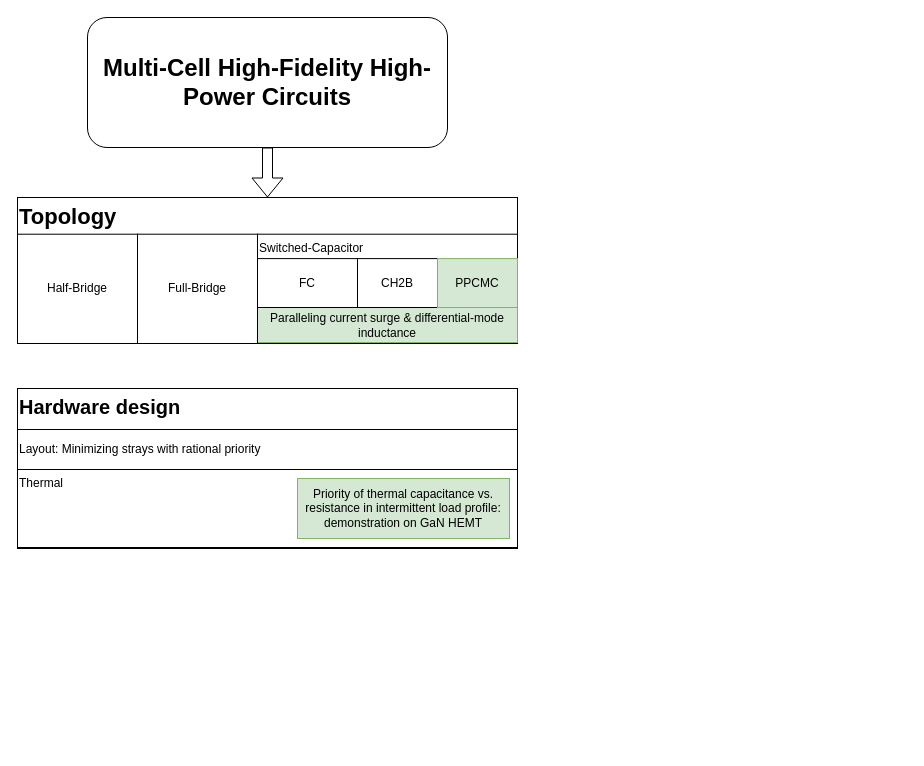
zhangjinshui-nerveee/drawing_schematics keeps this draw.io diagram as Untitled Diagram.drawio. Above is the earlier version. Source tidied: cells renumbered, new cells numbered last; positions are measured from the earlier drawing's top-left corner, leaving out a move shared by most shapes. Both pictures are drawn from the tidied source at 100%, with x=0, y=0 at pixel (17, 17).
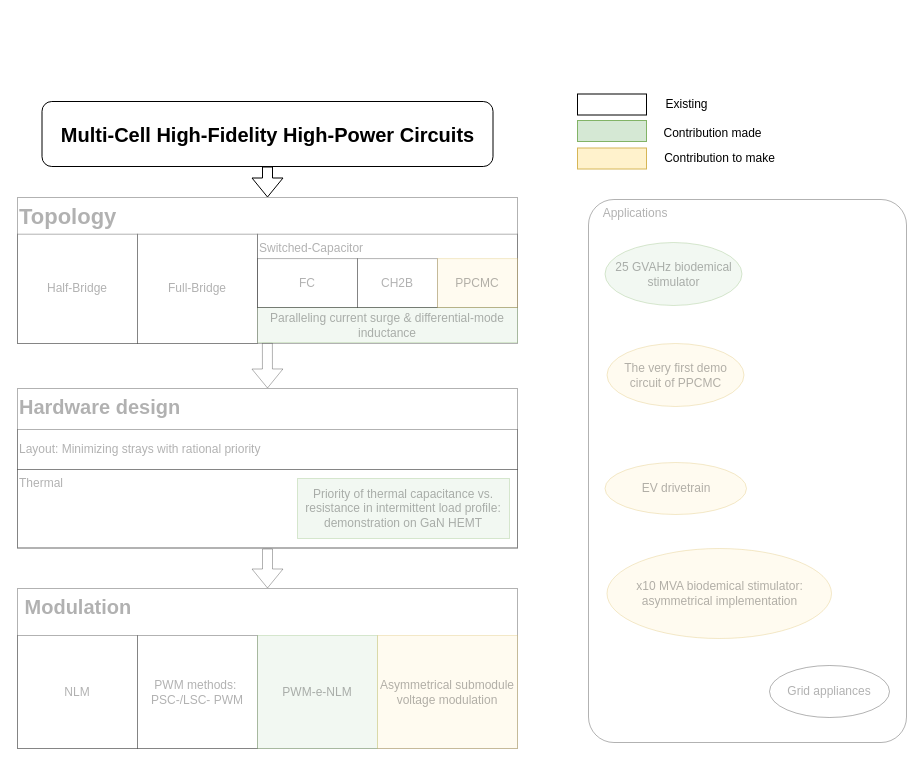
Above is the later version.

Diff of the diagram source:
```diff
@@
-    <mxCell id="2" value="&lt;h1&gt;Multi-Cell High-Fidelity High-Power Circuits&lt;/h1&gt;" style="rounded=1;whiteSpace=wrap;html=1;" parent="1" vertex="1">
-      <mxGeometry x="70" width="360" height="130" as="geometry" />
+    <mxCell id="2" value="&lt;h1 style=&quot;font-size: 20px;&quot;&gt;Multi-Cell High-Fidelity High-Power Circuits&lt;/h1&gt;" style="rounded=1;whiteSpace=wrap;html=1;" parent="1" vertex="1">
+      <mxGeometry x="24.5" y="84" width="451" height="65" as="geometry" />
     </mxCell>
-    <mxCell id="3" style="shape=flexArrow;endArrow=classic;html=1;rounded=0;exitX=0.5;exitY=1;exitDx=0;exitDy=0;entryX=0.5;entryY=0;entryDx=0;entryDy=0;" parent="1" edge="1" source="2" target="4">
+    <mxCell id="3" style="shape=flexArrow;endArrow=classic;html=1;rounded=0;exitX=0.038;exitY=1.007;exitDx=0;exitDy=0;entryX=0.5;entryY=0;entryDx=0;entryDy=0;exitPerimeter=0;textOpacity=30;opacity=30;" parent="1" edge="1" source="5" target="6">
       <mxGeometry relative="1" as="geometry" />
     </mxCell>
+    <mxCell id="16" style="shape=flexArrow;endArrow=classic;html=1;rounded=0;exitX=0.5;exitY=1;exitDx=0;exitDy=0;entryX=0.5;entryY=0;entryDx=0;entryDy=0;textOpacity=30;opacity=30;" parent="1" edge="1" source="6" target="33">
+      <mxGeometry relative="1" as="geometry" />
+    </mxCell>
+    <mxCell id="17" style="shape=flexArrow;endArrow=classic;html=1;rounded=0;exitX=0.5;exitY=1;exitDx=0;exitDy=0;entryX=0.5;entryY=0;entryDx=0;entryDy=0;textOpacity=30;" parent="1" edge="1" source="2" target="4">
+      <mxGeometry relative="1" as="geometry" />
+    </mxCell>
+    <mxCell id="18" style="group;" parent="1" vertex="1">
+      <mxGeometry x="560" y="74" width="139" height="26" as="geometry" />
+    </mxCell>
+    <mxCell id="19" style="rounded=0;whiteSpace=wrap;html=1;" parent="18" vertex="1">
+      <mxGeometry y="2.5" width="69" height="21" as="geometry" />
+    </mxCell>
+    <mxCell id="20" value="Existing" style="text;html=1;align=center;verticalAlign=middle;strokeColor=none;fillColor=none;" parent="18" vertex="1">
+      <mxGeometry x="78" width="61" height="26" as="geometry" />
+    </mxCell>
+    <mxCell id="21" style="group;" parent="1" vertex="1">
+      <mxGeometry x="560" y="103" width="192" height="26" as="geometry" />
+    </mxCell>
+    <mxCell id="22" style="rounded=0;whiteSpace=wrap;html=1;fillColor=#d5e8d4;strokeColor=#82b366;" parent="21" vertex="1">
+      <mxGeometry width="69" height="21" as="geometry" />
+    </mxCell>
+    <mxCell id="23" value="Contribution made" style="text;html=1;align=center;verticalAlign=middle;strokeColor=none;fillColor=none;" parent="21" vertex="1">
+      <mxGeometry x="78" width="114" height="26" as="geometry" />
+    </mxCell>
+    <mxCell id="24" style="group;" parent="1" vertex="1">
+      <mxGeometry x="560" y="128" width="206" height="26" as="geometry" />
+    </mxCell>
+    <mxCell id="25" style="rounded=0;whiteSpace=wrap;html=1;fillColor=#fff2cc;strokeColor=#d6b656;" parent="24" vertex="1">
+      <mxGeometry y="2.5" width="69" height="21" as="geometry" />
+    </mxCell>
+    <mxCell id="26" value="Contribution to make" style="text;html=1;align=center;verticalAlign=middle;strokeColor=none;fillColor=none;" parent="24" vertex="1">
+      <mxGeometry x="78" width="128" height="26" as="geometry" />
+    </mxCell>
+    <mxCell id="27" value="&lt;div&gt;&amp;nbsp;&amp;nbsp;&amp;nbsp; Applications&lt;br&gt;&lt;/div&gt;" style="rounded=1;whiteSpace=wrap;html=1;align=left;verticalAlign=top;arcSize=8;textOpacity=30;opacity=30;" parent="1" vertex="1">
+      <mxGeometry x="571" y="182" width="318" height="543" as="geometry" />
+    </mxCell>
+    <mxCell id="28" value="Grid appliances" style="ellipse;whiteSpace=wrap;html=1;textOpacity=30;opacity=30;" parent="1" vertex="1">
+      <mxGeometry x="752" y="648" width="120" height="52" as="geometry" />
+    </mxCell>
+    <mxCell id="29" value="EV drivetrain" style="ellipse;whiteSpace=wrap;html=1;fillColor=#fff2cc;strokeColor=#d6b656;textOpacity=30;opacity=30;" parent="1" vertex="1">
+      <mxGeometry x="587.5" y="445" width="141.5" height="52" as="geometry" />
+    </mxCell>
+    <mxCell id="30" value="x10 MVA biodemical stimulator: asymmetrical implementation" style="ellipse;whiteSpace=wrap;html=1;fillColor=#fff2cc;strokeColor=#d6b656;textOpacity=30;opacity=30;" parent="1" vertex="1">
+      <mxGeometry x="589.5" y="531" width="224.5" height="90" as="geometry" />
+    </mxCell>
+    <mxCell id="31" value="25 GVAHz biodemical stimulator" style="ellipse;whiteSpace=wrap;html=1;fillColor=#d5e8d4;strokeColor=#82b366;textOpacity=30;opacity=30;" parent="1" vertex="1">
+      <mxGeometry x="587.5" y="225" width="137" height="63" as="geometry" />
+    </mxCell>
+    <mxCell id="32" value="The very first demo circuit of PPCMC" style="ellipse;whiteSpace=wrap;html=1;fillColor=#fff2cc;strokeColor=#d6b656;opacity=30;textOpacity=30;" parent="1" vertex="1">
+      <mxGeometry x="589.5" y="326" width="137" height="63" as="geometry" />
+    </mxCell>
-    <mxCell id="4" value="&lt;font size=&quot;1&quot;&gt;&lt;b style=&quot;font-size: 22px;&quot;&gt;Topology&lt;/b&gt;&lt;/font&gt;" style="rounded=0;whiteSpace=wrap;html=1;align=left;verticalAlign=top;" parent="1" vertex="1">
+    <mxCell id="4" value="&lt;font size=&quot;1&quot;&gt;&lt;b style=&quot;font-size: 22px;&quot;&gt;Topology&lt;/b&gt;&lt;/font&gt;" style="rounded=0;whiteSpace=wrap;html=1;align=left;verticalAlign=top;opacity=30;textOpacity=30;" parent="1" vertex="1">
       <mxGeometry y="180" width="500" height="146" as="geometry" />
     </mxCell>
-    <mxCell id="5" value="Paralleling current surge &amp;amp; differential-mode inductance" style="rounded=0;whiteSpace=wrap;html=1;fillColor=#d5e8d4;strokeColor=#82b366;" parent="1" vertex="1">
+    <mxCell id="5" value="Paralleling current surge &amp;amp; differential-mode inductance" style="rounded=0;whiteSpace=wrap;html=1;fillColor=#d5e8d4;strokeColor=#82b366;opacity=30;textOpacity=30;" parent="1" vertex="1">
       <mxGeometry x="240" y="290" width="260" height="35" as="geometry" />
     </mxCell>
-    <mxCell id="6" value="&lt;div style=&quot;font-size: 20px;&quot;&gt;&lt;font style=&quot;font-size: 20px;&quot;&gt;&lt;b&gt;Hardware design&lt;/b&gt;&lt;br&gt;&lt;/font&gt;&lt;/div&gt;" style="rounded=0;whiteSpace=wrap;html=1;align=left;verticalAlign=top;" parent="1" vertex="1">
-      <mxGeometry y="371" width="500" height="160" as="geometry" />
-    </mxCell>
-    <mxCell id="7" value="Layout: Minimizing strays with rational priority" style="rounded=0;whiteSpace=wrap;html=1;align=left;" parent="1" vertex="1">
-      <mxGeometry y="412" width="500" height="40" as="geometry" />
-    </mxCell>
-    <mxCell id="8" value="Thermal" style="rounded=0;whiteSpace=wrap;html=1;align=left;verticalAlign=top;" parent="1" vertex="1">
-      <mxGeometry y="452" width="500" height="78" as="geometry" />
-    </mxCell>
-    <mxCell id="9" value="Half-Bridge" style="rounded=0;whiteSpace=wrap;html=1;" parent="1" vertex="1">
+    <mxCell id="9" value="Half-Bridge" style="rounded=0;whiteSpace=wrap;html=1;textOpacity=30;opacity=30;" parent="1" vertex="1">
       <mxGeometry y="216.7" width="120" height="109.3" as="geometry" />
     </mxCell>
-    <mxCell id="10" value="&lt;div&gt;Full-Bridge&lt;/div&gt;" style="rounded=0;whiteSpace=wrap;html=1;" parent="1" vertex="1">
+    <mxCell id="10" value="&lt;div&gt;Full-Bridge&lt;/div&gt;" style="rounded=0;whiteSpace=wrap;html=1;textOpacity=30;opacity=30;" parent="1" vertex="1">
       <mxGeometry x="120" y="216.7" width="120" height="109.3" as="geometry" />
     </mxCell>
-    <mxCell id="11" value="Switched-Capacitor" style="rounded=0;whiteSpace=wrap;html=1;verticalAlign=top;align=left;" parent="1" vertex="1">
+    <mxCell id="11" value="Switched-Capacitor" style="rounded=0;whiteSpace=wrap;html=1;verticalAlign=top;align=left;textOpacity=30;opacity=30;" parent="1" vertex="1">
       <mxGeometry x="240" y="216.7" width="260" height="73.3" as="geometry" />
     </mxCell>
-    <mxCell id="12" value="FC" style="rounded=0;whiteSpace=wrap;html=1;" parent="1" vertex="1">
+    <mxCell id="12" value="FC" style="rounded=0;whiteSpace=wrap;html=1;textOpacity=30;opacity=30;" parent="1" vertex="1">
       <mxGeometry x="240" y="241.1" width="100" height="48.9" as="geometry" />
     </mxCell>
-    <mxCell id="13" value="&lt;div&gt;CH2B&lt;br&gt;&lt;/div&gt;" style="rounded=0;whiteSpace=wrap;html=1;" parent="1" vertex="1">
+    <mxCell id="13" value="&lt;div&gt;CH2B&lt;br&gt;&lt;/div&gt;" style="rounded=0;whiteSpace=wrap;html=1;textOpacity=30;opacity=30;" parent="1" vertex="1">
       <mxGeometry x="340" y="241.1" width="80" height="48.9" as="geometry" />
     </mxCell>
-    <mxCell id="14" value="&lt;div&gt;PPCMC&lt;br&gt;&lt;/div&gt;" style="rounded=0;whiteSpace=wrap;html=1;fillColor=#d5e8d4;strokeColor=#82b366;" parent="1" vertex="1">
+    <mxCell id="14" value="&lt;div&gt;PPCMC&lt;br&gt;&lt;/div&gt;" style="rounded=0;whiteSpace=wrap;html=1;fillColor=#fff2cc;strokeColor=#d6b656;opacity=30;textOpacity=30;" parent="1" vertex="1">
       <mxGeometry x="420" y="241.1" width="80" height="48.9" as="geometry" />
     </mxCell>
+    <mxCell id="6" value="&lt;div style=&quot;font-size: 20px;&quot;&gt;&lt;font style=&quot;font-size: 20px;&quot;&gt;&lt;b&gt;Hardware design&lt;/b&gt;&lt;br&gt;&lt;/font&gt;&lt;/div&gt;" style="rounded=0;whiteSpace=wrap;html=1;align=left;verticalAlign=top;opacity=30;textOpacity=30;" parent="1" vertex="1">
+      <mxGeometry y="371" width="500" height="160" as="geometry" />
+    </mxCell>
+    <mxCell id="7" value="Layout: Minimizing strays with rational priority" style="rounded=0;whiteSpace=wrap;html=1;align=left;opacity=30;textOpacity=30;" parent="1" vertex="1">
+      <mxGeometry y="412" width="500" height="40" as="geometry" />
+    </mxCell>
+    <mxCell id="8" value="Thermal" style="rounded=0;whiteSpace=wrap;html=1;align=left;verticalAlign=top;opacity=30;textOpacity=30;" parent="1" vertex="1">
+      <mxGeometry y="452" width="500" height="78" as="geometry" />
+    </mxCell>
-    <mxCell id="15" value="Priority of thermal capacitance vs. resistance in intermittent load profile: demonstration on GaN HEMT" style="rounded=0;whiteSpace=wrap;html=1;fillColor=#d5e8d4;strokeColor=#82b366;" parent="1" vertex="1">
+    <mxCell id="15" value="Priority of thermal capacitance vs. resistance in intermittent load profile: demonstration on GaN HEMT" style="rounded=0;whiteSpace=wrap;html=1;fillColor=#d5e8d4;strokeColor=#82b366;textOpacity=30;opacity=30;" parent="1" vertex="1">
       <mxGeometry x="280" y="461" width="212" height="60" as="geometry" />
     </mxCell>
+    <mxCell id="33" value="&lt;div style=&quot;font-size: 20px;&quot;&gt;&lt;font style=&quot;font-size: 20px;&quot;&gt;&lt;b&gt;&amp;nbsp;Modulation&lt;/b&gt;&lt;br&gt;&lt;/font&gt;&lt;/div&gt;" style="rounded=0;whiteSpace=wrap;html=1;align=left;verticalAlign=top;opacity=30;textOpacity=30;" parent="1" vertex="1">
+      <mxGeometry y="571" width="500" height="160" as="geometry" />
+    </mxCell>
+    <mxCell id="34" value="NLM" style="rounded=0;whiteSpace=wrap;html=1;textOpacity=30;opacity=30;" parent="1" vertex="1">
+      <mxGeometry y="618" width="120" height="113" as="geometry" />
+    </mxCell>
+    <mxCell id="35" value="&lt;div&gt;PWM methods:&amp;nbsp;&lt;/div&gt;&lt;div&gt;PSC-/LSC- PWM&lt;/div&gt;" style="rounded=0;whiteSpace=wrap;html=1;textOpacity=30;opacity=30;" parent="1" vertex="1">
+      <mxGeometry x="120" y="618" width="120" height="113" as="geometry" />
+    </mxCell>
+    <mxCell id="36" value="PWM-e-NLM" style="rounded=0;whiteSpace=wrap;html=1;fillColor=#d5e8d4;strokeColor=#82b366;textOpacity=30;opacity=30;" parent="1" vertex="1">
+      <mxGeometry x="240" y="618" width="120" height="113" as="geometry" />
+    </mxCell>
+    <mxCell id="37" value="Asymmetrical submodule voltage modulation" style="rounded=0;whiteSpace=wrap;html=1;fillColor=#fff2cc;strokeColor=#d6b656;textOpacity=30;opacity=30;" parent="1" vertex="1">
+      <mxGeometry x="360" y="618" width="140" height="113" as="geometry" />
+    </mxCell>
```
